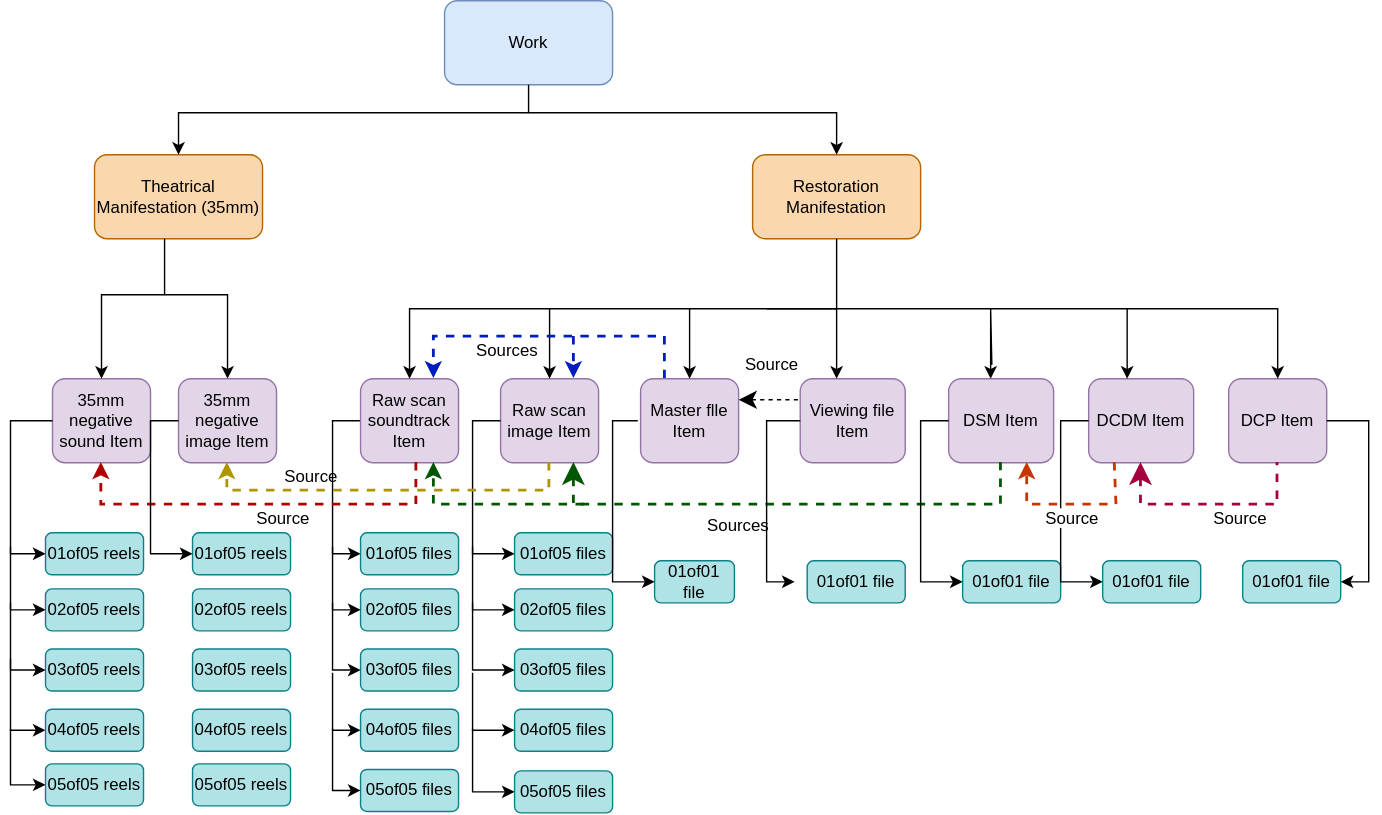
The draw.io diagram markdown/diagrams/digit_item5a.drawio.svg in FIAF/fiaf-cataloguing-manual, before a commit. Source tidied: cells renumbered, new cells last; positions are measured from the earlier drawing's top-left corner, leaving out a move shared by most shapes.
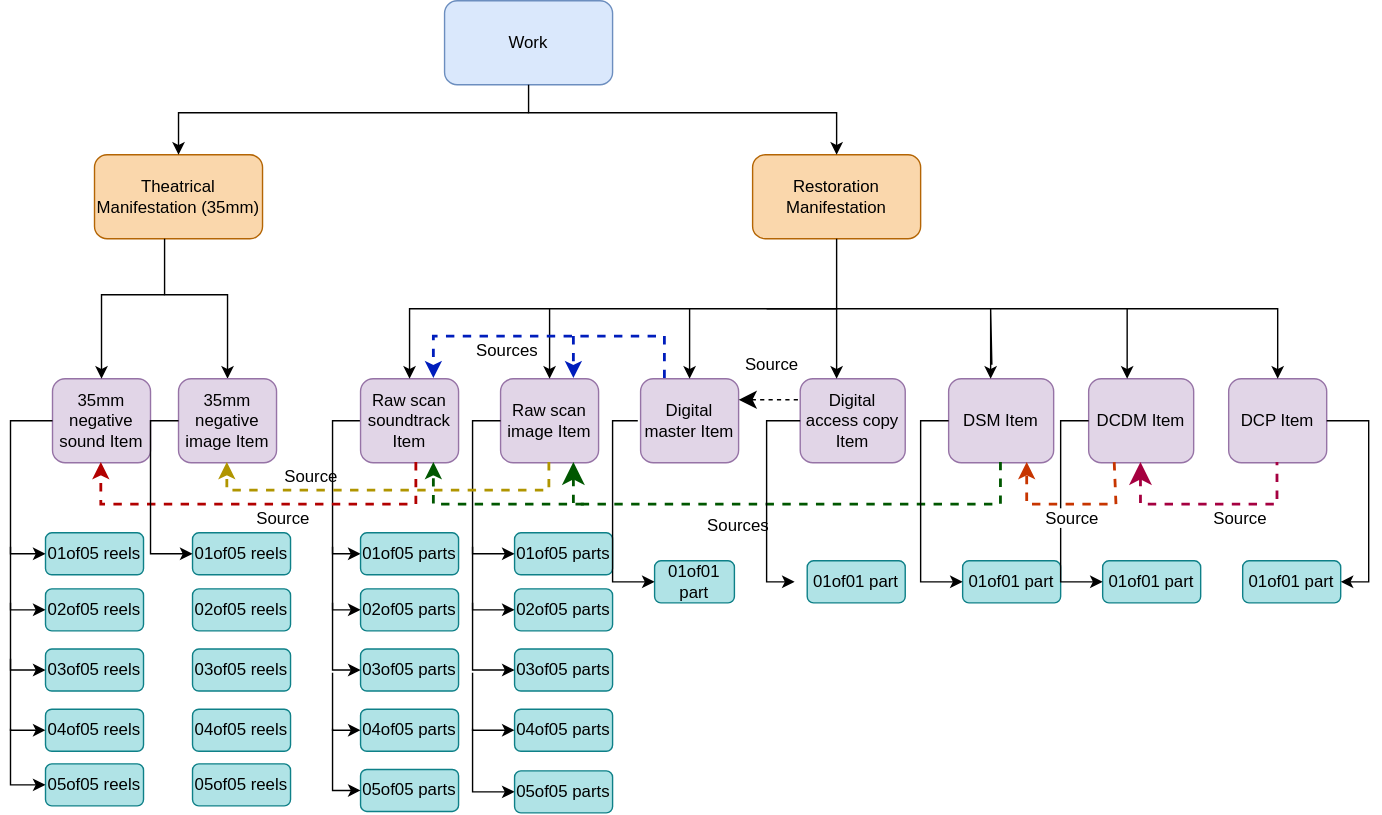
After the change.

Commit message:
Update digital Item diagram labels and component guidance

Diff of the diagram source:
```diff
@@ -765,7 +765,7 @@
     <mxCell id="154" value="Work" style="rounded=1;whiteSpace=wrap;html=1;roundedPerimeter=1;fillColor=#dae8fc;strokeColor=#6c8ebf;" parent="1" vertex="1">
       <mxGeometry x="591" width="120" height="60" as="geometry" />
     </mxCell>
-    <mxCell id="155" value="Viewing file Item" style="rounded=1;whiteSpace=wrap;html=1;roundedPerimeter=1;fillColor=#e1d5e7;strokeColor=#9673a6;" parent="1" vertex="1">
+    <mxCell id="155" value="Digital access copy Item" style="rounded=1;whiteSpace=wrap;html=1;roundedPerimeter=1;fillColor=#e1d5e7;strokeColor=#9673a6;" parent="1" vertex="1">
       <mxGeometry x="845" y="270" width="75" height="60" as="geometry" />
     </mxCell>
     <mxCell id="156" value="Restoration Manifestation" style="rounded=1;whiteSpace=wrap;html=1;roundedPerimeter=1;fillColor=#fad7ac;strokeColor=#b46504;" parent="1" vertex="1">
@@ -777,7 +777,7 @@
     <mxCell id="158" value="35mm negative sound Item" style="rounded=1;whiteSpace=wrap;html=1;roundedPerimeter=1;fillColor=#e1d5e7;strokeColor=#9673a6;" parent="1" vertex="1">
       <mxGeometry x="311" y="270" width="70" height="60" as="geometry" />
     </mxCell>
-    <mxCell id="159" value="Master flle Item" style="rounded=1;whiteSpace=wrap;html=1;roundedPerimeter=1;fillColor=#e1d5e7;strokeColor=#9673a6;" parent="1" vertex="1">
+    <mxCell id="159" value="Digital master Item" style="rounded=1;whiteSpace=wrap;html=1;roundedPerimeter=1;fillColor=#e1d5e7;strokeColor=#9673a6;" parent="1" vertex="1">
       <mxGeometry x="731" y="270" width="70" height="60" as="geometry" />
     </mxCell>
     <mxCell id="160" style="edgeStyle=orthogonalEdgeStyle;rounded=0;jettySize=auto;html=1;entryX=0;entryY=0.5;entryDx=0;entryDy=0;exitX=0;exitY=0.5;exitDx=0;exitDy=0;" parent="1" edge="1" source="161" target="174">
@@ -864,49 +864,49 @@
         </Array>
       </mxGeometry>
     </mxCell>
-    <mxCell id="174" value="01of05 files" style="rounded=1;whiteSpace=wrap;html=1;roundedPerimeter=1;fillColor=#b0e3e6;strokeColor=#0e8088;" parent="1" vertex="1">
+    <mxCell id="174" value="01of05 parts" style="rounded=1;whiteSpace=wrap;html=1;roundedPerimeter=1;fillColor=#b0e3e6;strokeColor=#0e8088;" parent="1" vertex="1">
       <mxGeometry x="531" y="380" width="70" height="30" as="geometry" />
     </mxCell>
-    <mxCell id="175" value="01of05 files" style="rounded=1;whiteSpace=wrap;html=1;roundedPerimeter=1;fillColor=#b0e3e6;strokeColor=#0e8088;" parent="1" vertex="1">
+    <mxCell id="175" value="01of05 parts" style="rounded=1;whiteSpace=wrap;html=1;roundedPerimeter=1;fillColor=#b0e3e6;strokeColor=#0e8088;" parent="1" vertex="1">
       <mxGeometry x="641" y="380" width="70" height="30" as="geometry" />
     </mxCell>
-    <mxCell id="176" value="01of01 file" style="rounded=1;whiteSpace=wrap;html=1;roundedPerimeter=1;fillColor=#b0e3e6;strokeColor=#0e8088;" parent="1" vertex="1">
+    <mxCell id="176" value="01of01 part" style="rounded=1;whiteSpace=wrap;html=1;roundedPerimeter=1;fillColor=#b0e3e6;strokeColor=#0e8088;" parent="1" vertex="1">
       <mxGeometry x="741" y="400" width="57" height="30" as="geometry" />
     </mxCell>
-    <mxCell id="177" value="01of01 file" style="rounded=1;whiteSpace=wrap;html=1;roundedPerimeter=1;fillColor=#b0e3e6;strokeColor=#0e8088;" parent="1" vertex="1">
+    <mxCell id="177" value="01of01 part" style="rounded=1;whiteSpace=wrap;html=1;roundedPerimeter=1;fillColor=#b0e3e6;strokeColor=#0e8088;" parent="1" vertex="1">
       <mxGeometry x="850" y="400" width="70" height="30" as="geometry" />
     </mxCell>
     <mxCell id="178" value="01of05 reels" style="rounded=1;whiteSpace=wrap;html=1;roundedPerimeter=1;fillColor=#b0e3e6;strokeColor=#0e8088;" parent="1" vertex="1">
       <mxGeometry x="306" y="380" width="70" height="30" as="geometry" />
     </mxCell>
-    <mxCell id="179" value="01of01 file" style="rounded=1;whiteSpace=wrap;html=1;roundedPerimeter=1;fillColor=#b0e3e6;strokeColor=#0e8088;" parent="1" vertex="1">
+    <mxCell id="179" value="01of01 part" style="rounded=1;whiteSpace=wrap;html=1;roundedPerimeter=1;fillColor=#b0e3e6;strokeColor=#0e8088;" parent="1" vertex="1">
       <mxGeometry x="961" y="400" width="70" height="30" as="geometry" />
     </mxCell>
-    <mxCell id="180" value="01of01 file" style="rounded=1;whiteSpace=wrap;html=1;roundedPerimeter=1;fillColor=#b0e3e6;strokeColor=#0e8088;" parent="1" vertex="1">
+    <mxCell id="180" value="01of01 part" style="rounded=1;whiteSpace=wrap;html=1;roundedPerimeter=1;fillColor=#b0e3e6;strokeColor=#0e8088;" parent="1" vertex="1">
       <mxGeometry x="1061" y="400" width="70" height="30" as="geometry" />
     </mxCell>
-    <mxCell id="181" value="02of05 files" style="rounded=1;whiteSpace=wrap;html=1;roundedPerimeter=1;fillColor=#b0e3e6;strokeColor=#0e8088;" parent="1" vertex="1">
+    <mxCell id="181" value="02of05 parts" style="rounded=1;whiteSpace=wrap;html=1;roundedPerimeter=1;fillColor=#b0e3e6;strokeColor=#0e8088;" parent="1" vertex="1">
       <mxGeometry x="531" y="420" width="70" height="30" as="geometry" />
     </mxCell>
-    <mxCell id="182" value="03of05 files" style="rounded=1;whiteSpace=wrap;html=1;roundedPerimeter=1;fillColor=#b0e3e6;strokeColor=#0e8088;" parent="1" vertex="1">
+    <mxCell id="182" value="03of05 parts" style="rounded=1;whiteSpace=wrap;html=1;roundedPerimeter=1;fillColor=#b0e3e6;strokeColor=#0e8088;" parent="1" vertex="1">
       <mxGeometry x="531" y="463" width="70" height="30" as="geometry" />
     </mxCell>
-    <mxCell id="183" value="04of05 files" style="rounded=1;whiteSpace=wrap;html=1;roundedPerimeter=1;fillColor=#b0e3e6;strokeColor=#0e8088;" parent="1" vertex="1">
+    <mxCell id="183" value="04of05 parts" style="rounded=1;whiteSpace=wrap;html=1;roundedPerimeter=1;fillColor=#b0e3e6;strokeColor=#0e8088;" parent="1" vertex="1">
       <mxGeometry x="531" y="506" width="70" height="30" as="geometry" />
     </mxCell>
-    <mxCell id="184" value="05of05 files" style="rounded=1;whiteSpace=wrap;html=1;roundedPerimeter=1;fillColor=#b0e3e6;strokeColor=#0e8088;" parent="1" vertex="1">
+    <mxCell id="184" value="05of05 parts" style="rounded=1;whiteSpace=wrap;html=1;roundedPerimeter=1;fillColor=#b0e3e6;strokeColor=#0e8088;" parent="1" vertex="1">
       <mxGeometry x="531" y="549" width="70" height="30" as="geometry" />
     </mxCell>
-    <mxCell id="185" value="02of05 files" style="rounded=1;whiteSpace=wrap;html=1;roundedPerimeter=1;fillColor=#b0e3e6;strokeColor=#0e8088;" parent="1" vertex="1">
+    <mxCell id="185" value="02of05 parts" style="rounded=1;whiteSpace=wrap;html=1;roundedPerimeter=1;fillColor=#b0e3e6;strokeColor=#0e8088;" parent="1" vertex="1">
       <mxGeometry x="641" y="420" width="70" height="30" as="geometry" />
     </mxCell>
-    <mxCell id="186" value="03of05 files" style="rounded=1;whiteSpace=wrap;html=1;roundedPerimeter=1;fillColor=#b0e3e6;strokeColor=#0e8088;" parent="1" vertex="1">
+    <mxCell id="186" value="03of05 parts" style="rounded=1;whiteSpace=wrap;html=1;roundedPerimeter=1;fillColor=#b0e3e6;strokeColor=#0e8088;" parent="1" vertex="1">
       <mxGeometry x="641" y="463" width="70" height="30" as="geometry" />
     </mxCell>
-    <mxCell id="187" value="04of05 files" style="rounded=1;whiteSpace=wrap;html=1;roundedPerimeter=1;fillColor=#b0e3e6;strokeColor=#0e8088;" parent="1" vertex="1">
+    <mxCell id="187" value="04of05 parts" style="rounded=1;whiteSpace=wrap;html=1;roundedPerimeter=1;fillColor=#b0e3e6;strokeColor=#0e8088;" parent="1" vertex="1">
       <mxGeometry x="641" y="506" width="70" height="30" as="geometry" />
     </mxCell>
-    <mxCell id="188" value="05of05 files" style="rounded=1;whiteSpace=wrap;html=1;roundedPerimeter=1;fillColor=#b0e3e6;strokeColor=#0e8088;" parent="1" vertex="1">
+    <mxCell id="188" value="05of05 parts" style="rounded=1;whiteSpace=wrap;html=1;roundedPerimeter=1;fillColor=#b0e3e6;strokeColor=#0e8088;" parent="1" vertex="1">
       <mxGeometry x="641" y="550" width="70" height="30" as="geometry" />
     </mxCell>
     <mxCell id="189" style="endArrow=classic;html=1;rounded=0;entryX=0;entryY=0.5;entryDx=0;entryDy=0;" parent="1" edge="1" target="181">
@@ -973,7 +973,7 @@
         </Array>
       </mxGeometry>
     </mxCell>
-    <mxCell id="197" value="01of01 file" style="rounded=1;whiteSpace=wrap;html=1;roundedPerimeter=1;fillColor=#b0e3e6;strokeColor=#0e8088;" parent="1" vertex="1">
+    <mxCell id="197" value="01of01 part" style="rounded=1;whiteSpace=wrap;html=1;roundedPerimeter=1;fillColor=#b0e3e6;strokeColor=#0e8088;" parent="1" vertex="1">
       <mxGeometry x="1161" y="400" width="70" height="30" as="geometry" />
     </mxCell>
     <mxCell id="198" style="endArrow=classic;html=1;rounded=0;entryX=0;entryY=0.5;entryDx=0;entryDy=0;" parent="1" edge="1" target="176">
```
